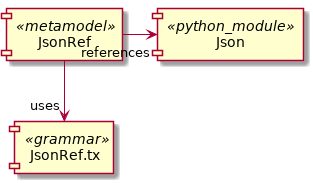
textX/textX-LS keeps this PlantUML diagram as examples/multimetamodel/images/json_ref_dsl.png. Above is the earlier version. Its diagram source:
```plantuml
@startuml
component JsonRef.tx <<grammar>> as JsonRefG

component JsonRef <<metamodel>> as JsonRef

component Json <<python_module>> as Json

JsonRef --> "uses" JsonRefG
JsonRef -> "references" Json
@enduml
```
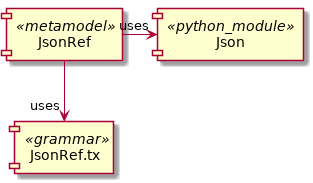
After the commit.

Commit message:
docu update / JSON

What changed in the source:
```diff
@@ -6,5 +6,5 @@
 component Json <<python_module>> as Json
 
 JsonRef --> "uses" JsonRefG
-JsonRef -> "references" Json
+JsonRef -> "uses" Json
 @enduml
```
